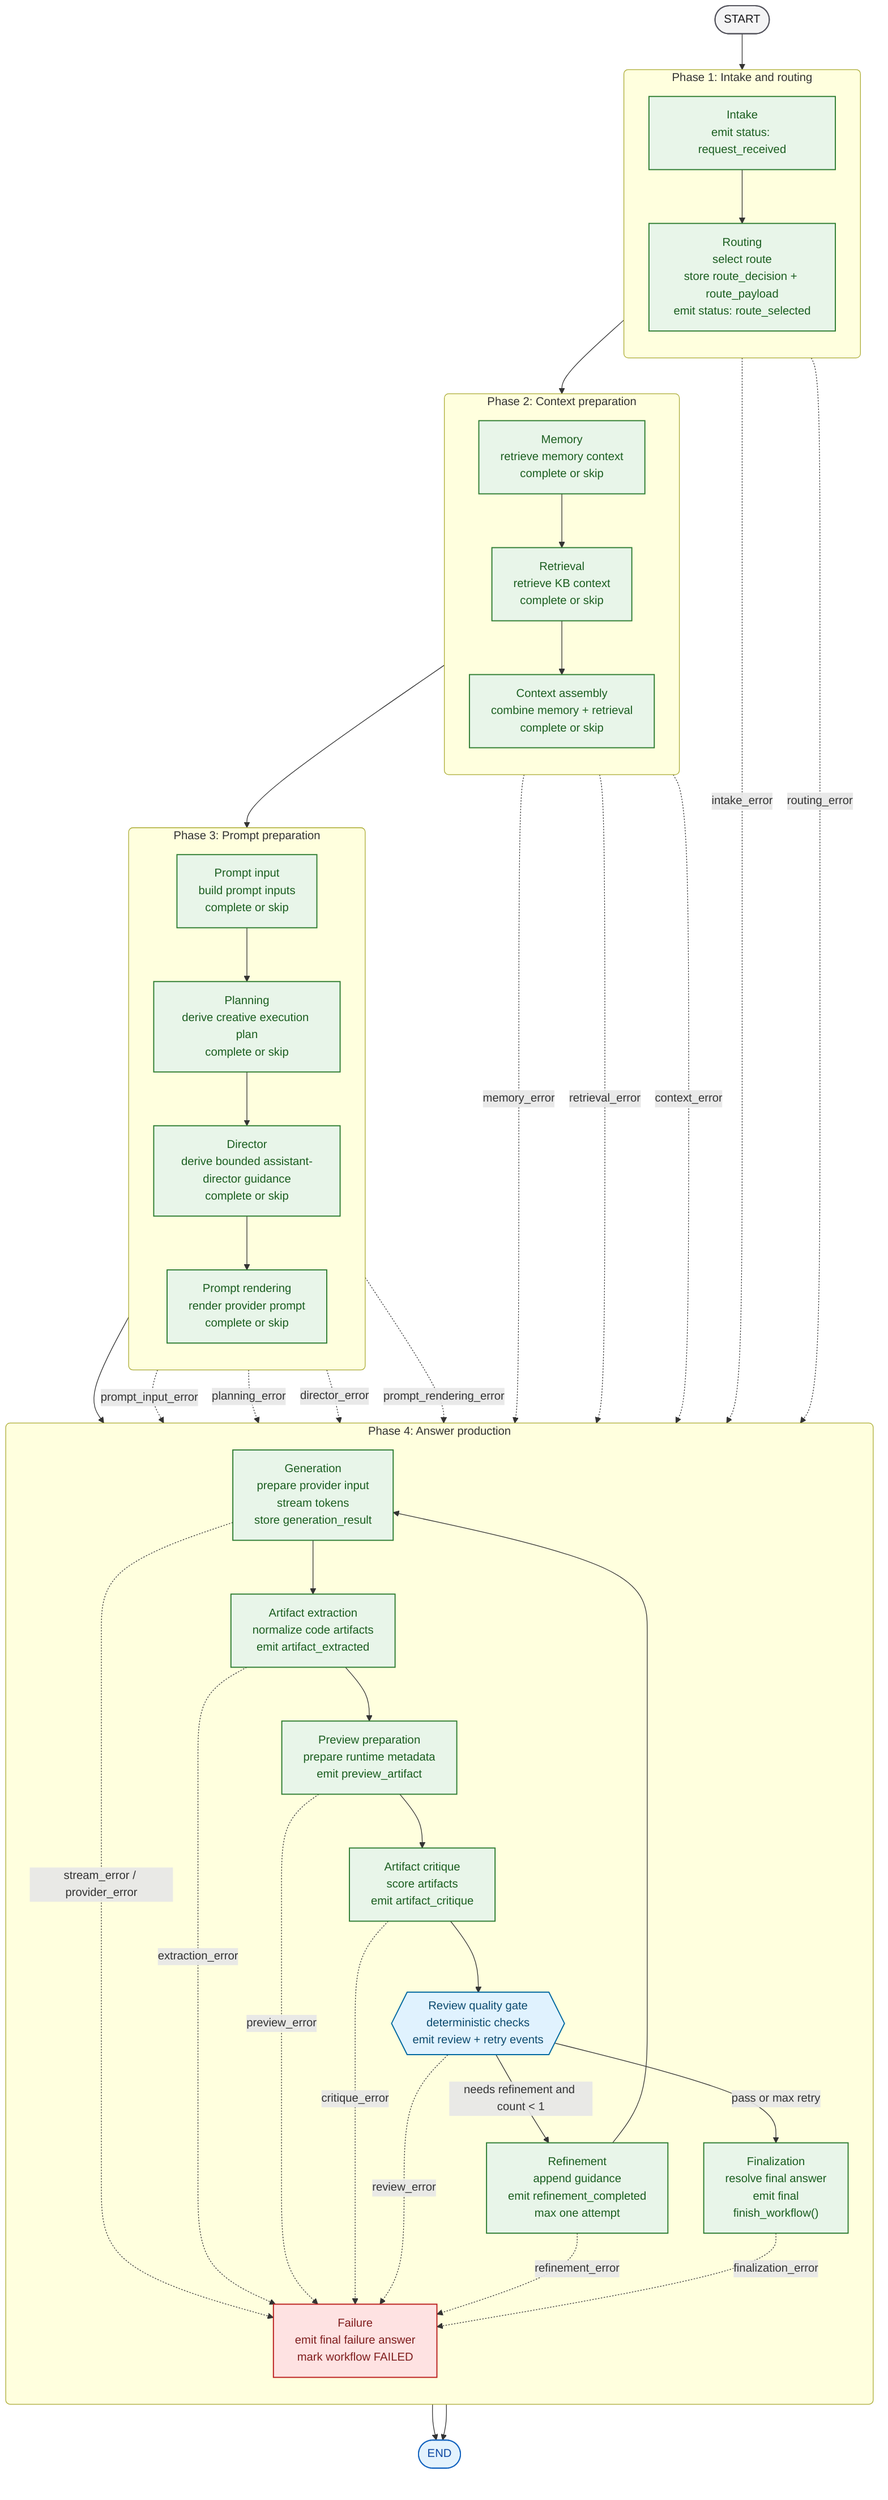
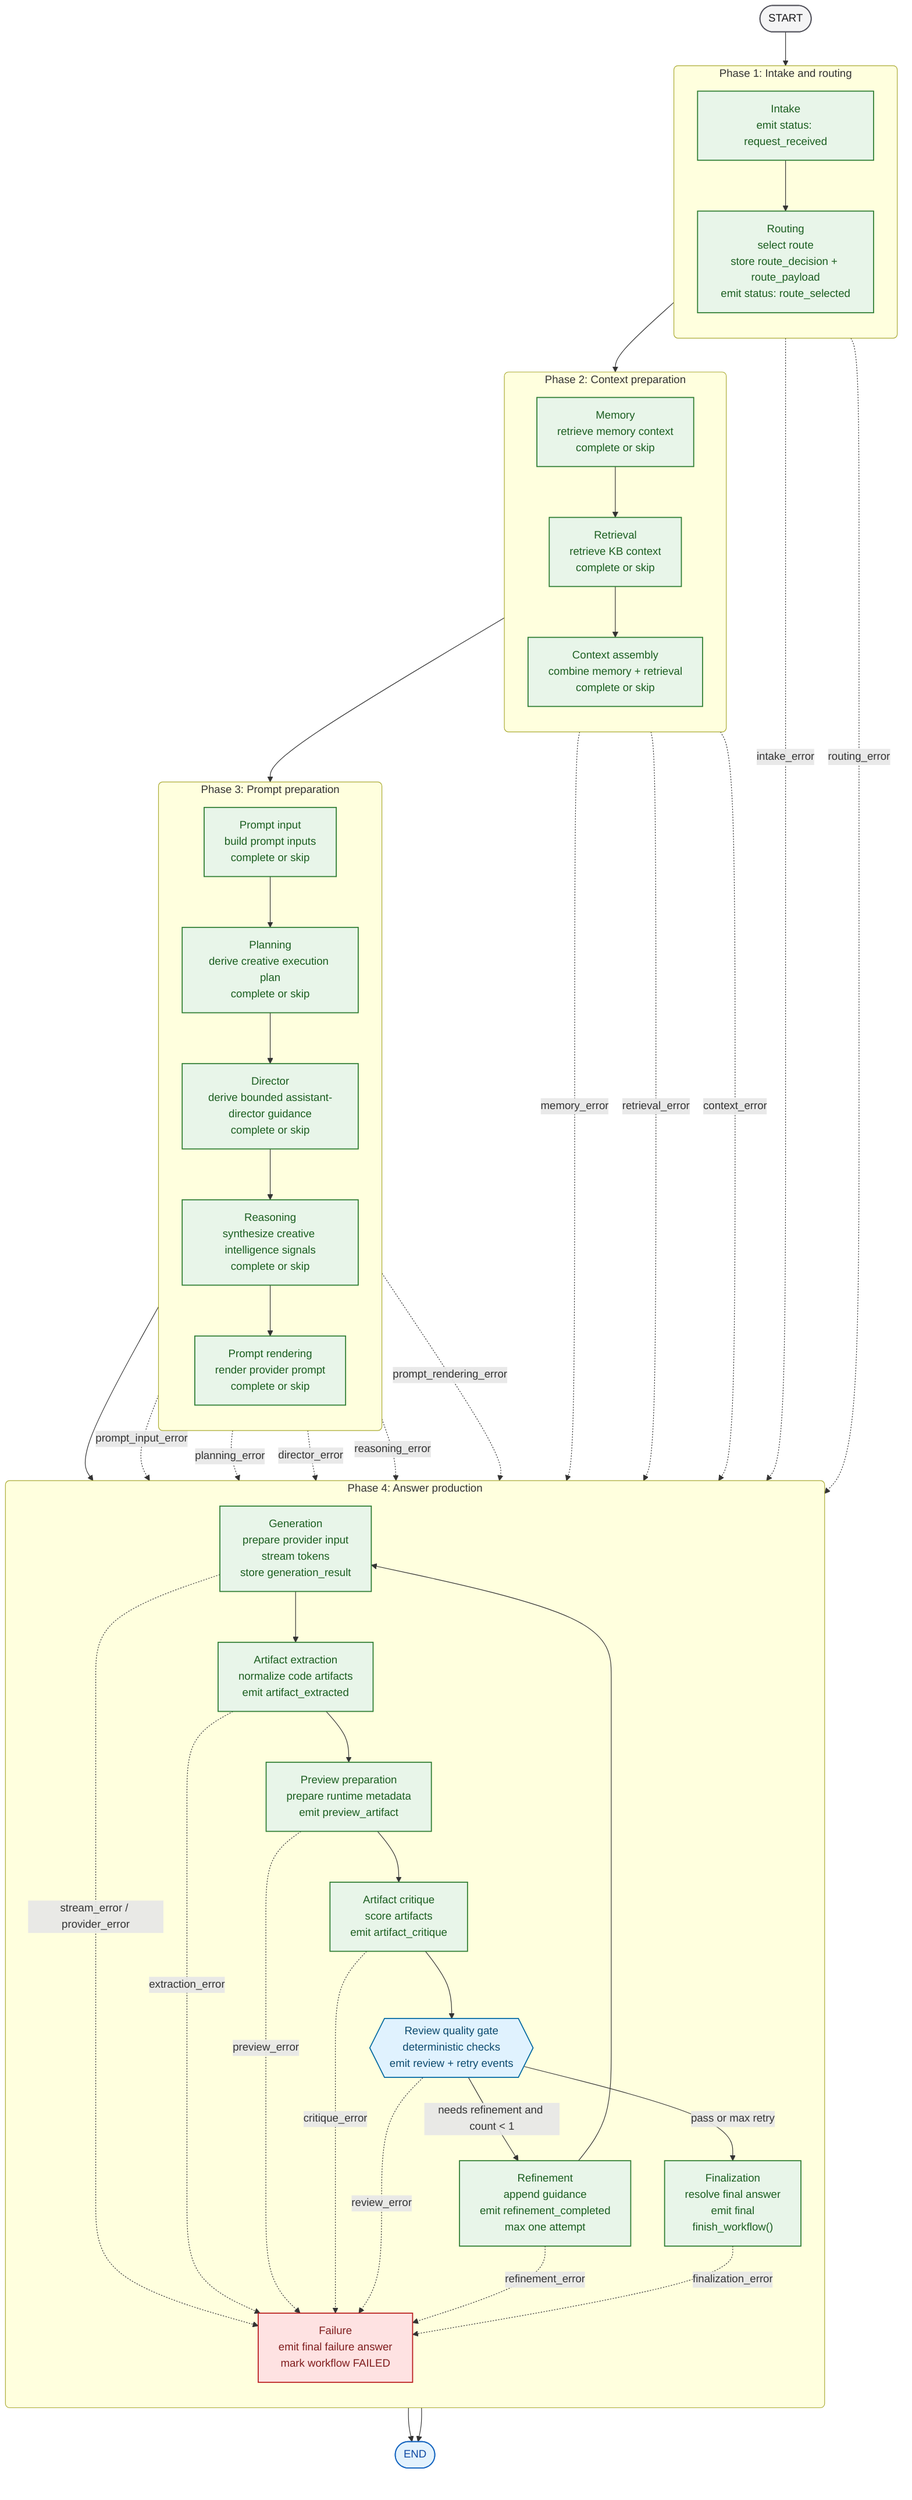
flowchart TB
    classDef boundary fill:#F4F4F5,stroke:#52525B,color:#18181B,stroke-width:1.5px;
    classDef implemented fill:#E8F5E9,stroke:#2E7D32,color:#1B5E20,stroke-width:1.5px;
    classDef gate fill:#E0F2FE,stroke:#0369A1,color:#0C4A6E,stroke-width:1.5px;
    classDef failure fill:#FEE2E2,stroke:#B91C1C,color:#7F1D1D,stroke-width:1.5px;
    classDef terminal fill:#E3F2FD,stroke:#1565C0,color:#0D47A1,stroke-width:1.5px;

    start([START])
    finish([END])

    subgraph phase_1["Phase 1: Intake and routing"]
        direction TB
        intake["Intake<br/>emit status: request_received"]
        routing["Routing<br/>select route<br/>store route_decision + route_payload<br/>emit status: route_selected"]
    end

    subgraph phase_2["Phase 2: Context preparation"]
        direction TB
        memory["Memory<br/>retrieve memory context<br/>complete or skip"]
        retrieval["Retrieval<br/>retrieve KB context<br/>complete or skip"]
        context_assembly["Context assembly<br/>combine memory + retrieval<br/>complete or skip"]
    end

    subgraph phase_3["Phase 3: Prompt preparation"]
        direction TB
        prompt_input["Prompt input<br/>build prompt inputs<br/>complete or skip"]
        planning["Planning<br/>derive creative execution plan<br/>complete or skip"]
        director["Director<br/>derive bounded assistant-director guidance<br/>complete or skip"]
+         reasoning["Reasoning<br/>synthesize creative intelligence signals<br/>complete or skip"]
        prompt_rendering["Prompt rendering<br/>render provider prompt<br/>complete or skip"]
    end

    subgraph phase_4["Phase 4: Answer production"]
        direction TB
        generation["Generation<br/>prepare provider input<br/>stream tokens<br/>store generation_result"]
        artifact_extraction["Artifact extraction<br/>normalize code artifacts<br/>emit artifact_extracted"]
        preview_preparation["Preview preparation<br/>prepare runtime metadata<br/>emit preview_artifact"]
        artifact_critique["Artifact critique<br/>score artifacts<br/>emit artifact_critique"]
        review{{"Review quality gate<br/>deterministic checks<br/>emit review + retry events"}}
        refinement["Refinement<br/>append guidance<br/>emit refinement_completed<br/>max one attempt"]
        finalization["Finalization<br/>resolve final answer<br/>emit final<br/>finish_workflow()"]
        failure["Failure<br/>emit final failure answer<br/>mark workflow FAILED"]
    end

-     start --> intake --> routing --> memory --> retrieval --> context_assembly --> prompt_input --> planning --> director --> prompt_rendering --> generation --> artifact_extraction --> preview_preparation --> artifact_critique --> review
+     start --> intake --> routing --> memory --> retrieval --> context_assembly --> prompt_input --> planning --> director --> reasoning --> prompt_rendering --> generation --> artifact_extraction --> preview_preparation --> artifact_critique --> review
    review -->|"pass or max retry"| finalization --> finish
    review -->|"needs refinement and count < 1"| refinement --> generation
    intake -. intake_error .-> failure
    routing -. routing_error .-> failure
    memory -. memory_error .-> failure
    retrieval -. retrieval_error .-> failure
    context_assembly -. context_error .-> failure
    prompt_input -. prompt_input_error .-> failure
    planning -. planning_error .-> failure
    director -. director_error .-> failure
+     reasoning -. reasoning_error .-> failure
    prompt_rendering -. prompt_rendering_error .-> failure
    generation -. stream_error / provider_error .-> failure
    artifact_extraction -. extraction_error .-> failure
    preview_preparation -. preview_error .-> failure
    artifact_critique -. critique_error .-> failure
    review -. review_error .-> failure
    refinement -. refinement_error .-> failure
    finalization -. finalization_error .-> failure
    failure --> finish

    class start boundary
    class finish terminal
-     class intake,routing,memory,retrieval,context_assembly,prompt_input,planning,director,prompt_rendering,generation,artifact_extraction,preview_preparation,artifact_critique,refinement,finalization implemented
+     class intake,routing,memory,retrieval,context_assembly,prompt_input,planning,director,reasoning,prompt_rendering,generation,artifact_extraction,preview_preparation,artifact_critique,refinement,finalization implemented
    class review gate
    class failure failure
    style phase_1 rx:6px,ry:6px
    style phase_2 rx:6px,ry:6px
    style phase_3 rx:6px,ry:6px
    style phase_4 rx:6px,ry:6px
